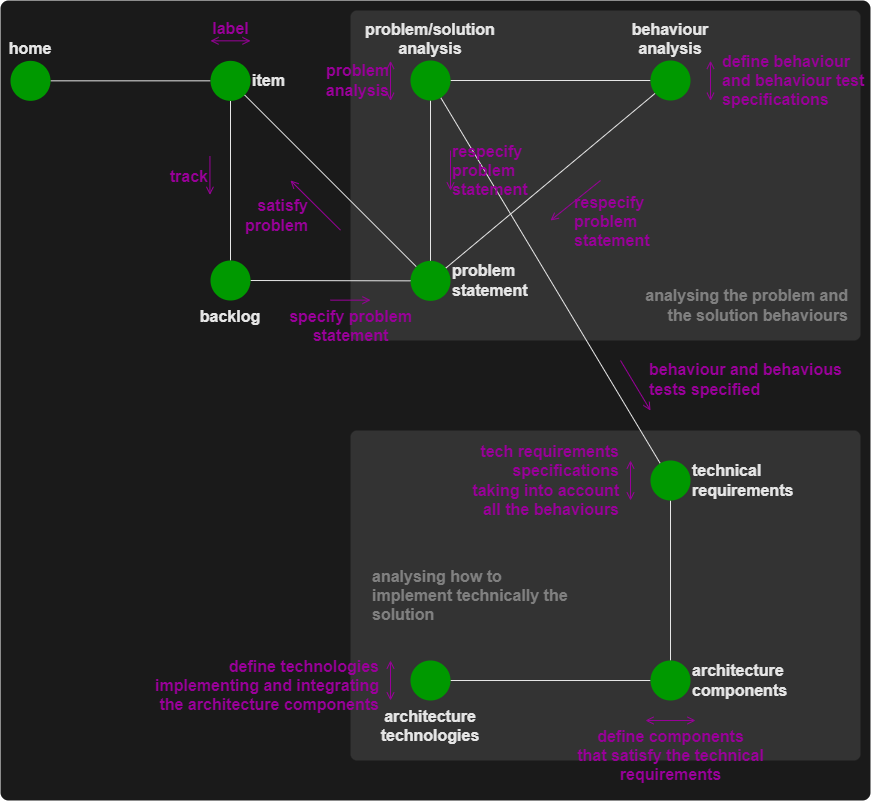
This is docs/_images/problem-analysis-flow.png from lifespline/agile, a draw.io export, as it was before one commit. Source tidied: cells renumbered, new cells last; positions are measured from the earlier drawing's top-left corner, leaving out a move shared by most shapes.
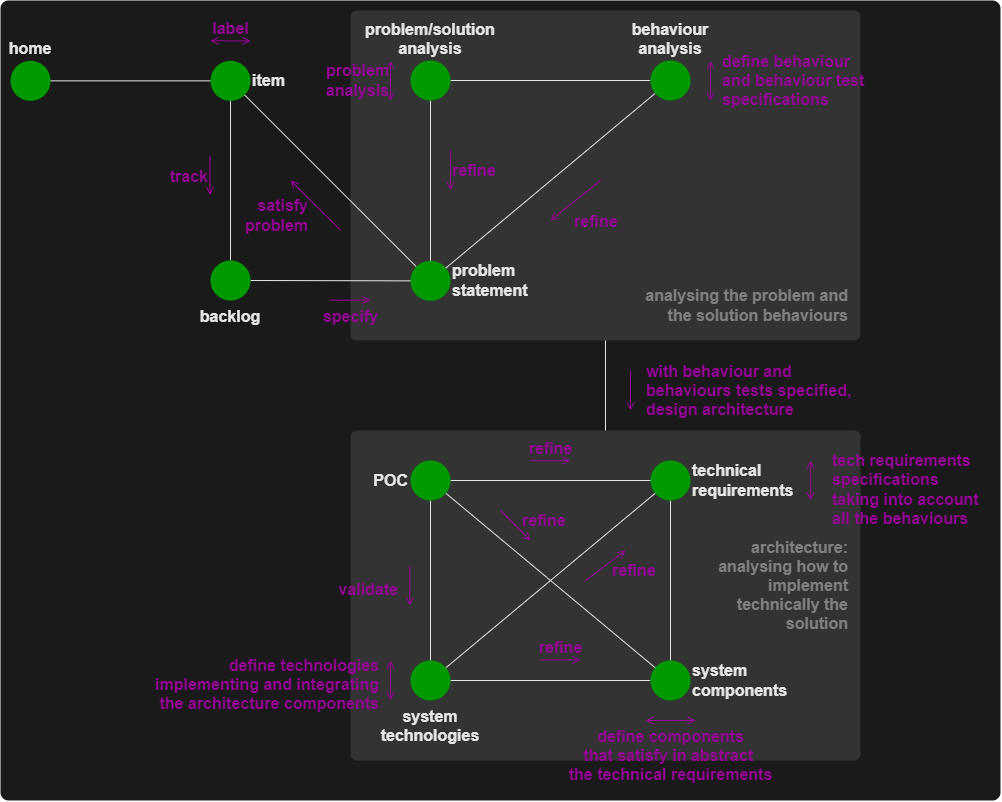
The same file after the commit.

Diff of the diagram source:
```diff
@@ -3,7 +3,7 @@
     <mxCell id="0" />
     <mxCell id="1" parent="0" />
     <mxCell id="2" style="rounded=1;whiteSpace=wrap;html=1;fontColor=#FFFF00;fillColor=#1A1A1A;strokeColor=none;arcSize=1;fontSize=16;fontStyle=1;" parent="1" vertex="1">
-      <mxGeometry width="870" height="800" as="geometry" />
+      <mxGeometry width="1000" height="800" as="geometry" />
     </mxCell>
     <mxCell id="3" style="rounded=1;whiteSpace=wrap;html=1;fontColor=#FFFF00;fillColor=#333333;strokeColor=none;arcSize=2;fontSize=16;fontStyle=1;" parent="1" vertex="1">
       <mxGeometry x="350" y="430" width="510" height="330" as="geometry" />
@@ -26,7 +26,7 @@
     <mxCell id="9" style="edgeStyle=none;html=1;endArrow=none;endFill=0;fontStyle=1;fontSize=16;strokeColor=#E6E6E6;" parent="1" edge="1" source="12" target="14">
       <mxGeometry relative="1" as="geometry" />
     </mxCell>
-    <mxCell id="10" style="edgeStyle=none;html=1;endArrow=none;endFill=0;fontStyle=1;fontSize=16;strokeColor=#E6E6E6;" parent="1" edge="1" source="14" target="18">
+    <mxCell id="10" style="edgeStyle=none;html=1;endArrow=none;endFill=0;fontStyle=1;fontSize=16;strokeColor=#E6E6E6;entryX=0.5;entryY=0;entryDx=0;entryDy=0;" parent="1" edge="1" source="4" target="3">
       <mxGeometry relative="1" as="geometry" />
     </mxCell>
     <mxCell id="11" style="edgeStyle=none;html=1;startArrow=none;startFill=0;endArrow=none;endFill=0;fontSize=16;fontStyle=1;strokeColor=#E6E6E6;" parent="1" edge="1" source="12" target="8">
@@ -68,7 +68,7 @@
     <mxCell id="21" value="analysing the problem and the solution behaviours" style="text;html=1;strokeColor=none;fillColor=none;align=right;verticalAlign=middle;whiteSpace=wrap;rounded=0;dashed=1;fontColor=#808080;rotation=0;fontSize=16;fontStyle=1;" parent="1" vertex="1">
       <mxGeometry x="640" y="280" width="210" height="50" as="geometry" />
     </mxCell>
-    <mxCell id="22" value="specify&amp;nbsp;problem&lt;br style=&quot;font-size: 16px;&quot;&gt;statement" style="endArrow=open;html=1;endFill=0;verticalAlign=top;labelBackgroundColor=none;fontColor=#990099;strokeColor=#990099;startArrow=none;startFill=0;labelPosition=center;verticalLabelPosition=bottom;align=center;fontStyle=1;fontSize=16;" parent="1" edge="1">
+    <mxCell id="22" value="specify" style="endArrow=open;html=1;endFill=0;verticalAlign=top;labelBackgroundColor=none;fontColor=#990099;strokeColor=#990099;startArrow=none;startFill=0;labelPosition=center;verticalLabelPosition=bottom;align=center;fontStyle=1;fontSize=16;" parent="1" edge="1">
       <mxGeometry relative="1" as="geometry">
         <mxPoint x="330" y="299.7" as="sourcePoint" />
         <mxPoint x="370" y="299.7" as="targetPoint" />
@@ -86,22 +86,22 @@
         <mxPoint x="710" y="100.3" as="targetPoint" />
       </mxGeometry>
     </mxCell>
-    <mxCell id="25" value="respecify&lt;br style=&quot;font-size: 16px;&quot;&gt;problem&amp;nbsp;&lt;br style=&quot;font-size: 16px;&quot;&gt;statement" style="endArrow=none;html=1;endFill=0;verticalAlign=middle;labelBackgroundColor=none;fontColor=#990099;strokeColor=#990099;labelPosition=right;verticalLabelPosition=middle;align=left;startArrow=open;startFill=0;fontStyle=1;fontSize=16;" parent="1" edge="1">
+    <mxCell id="25" value="refine" style="endArrow=none;html=1;endFill=0;verticalAlign=middle;labelBackgroundColor=none;fontColor=#990099;strokeColor=#990099;labelPosition=right;verticalLabelPosition=middle;align=left;startArrow=open;startFill=0;fontStyle=1;fontSize=16;" parent="1" edge="1">
       <mxGeometry relative="1" as="geometry">
         <mxPoint x="450" y="190" as="sourcePoint" />
         <mxPoint x="450" y="150" as="targetPoint" />
       </mxGeometry>
     </mxCell>
-    <mxCell id="26" value="respecify&lt;br style=&quot;font-size: 16px;&quot;&gt;problem&amp;nbsp;&lt;br style=&quot;font-size: 16px;&quot;&gt;statement" style="endArrow=none;html=1;endFill=0;verticalAlign=middle;labelBackgroundColor=none;fontColor=#990099;strokeColor=#990099;labelPosition=right;verticalLabelPosition=middle;align=left;startArrow=open;startFill=0;fontStyle=1;fontSize=16;" parent="1" edge="1">
+    <mxCell id="26" value="refine" style="endArrow=none;html=1;endFill=0;verticalAlign=middle;labelBackgroundColor=none;fontColor=#990099;strokeColor=#990099;labelPosition=right;verticalLabelPosition=middle;align=left;startArrow=open;startFill=0;fontStyle=1;fontSize=16;" parent="1" edge="1">
       <mxGeometry x="-0.5" y="-14" relative="1" as="geometry">
         <mxPoint x="550" y="220" as="sourcePoint" />
         <mxPoint x="600" y="180" as="targetPoint" />
       </mxGeometry>
     </mxCell>
-    <mxCell id="27" value="behaviour and behavious&lt;br style=&quot;font-size: 16px;&quot;&gt;tests specified" style="endArrow=none;html=1;endFill=0;verticalAlign=middle;labelBackgroundColor=none;fontColor=#990099;strokeColor=#990099;labelPosition=right;verticalLabelPosition=middle;align=left;startArrow=open;startFill=0;fontStyle=1;fontSize=16;" parent="1" edge="1">
+    <mxCell id="27" value="with behaviour and&lt;br&gt;behaviours&amp;nbsp;tests specified,&lt;br&gt;design&amp;nbsp;architecture" style="endArrow=none;html=1;endFill=0;verticalAlign=middle;labelBackgroundColor=none;fontColor=#990099;strokeColor=#990099;labelPosition=right;verticalLabelPosition=middle;align=left;startArrow=open;startFill=0;fontStyle=1;fontSize=16;" parent="1" edge="1">
       <mxGeometry y="-14" relative="1" as="geometry">
-        <mxPoint x="650" y="410" as="sourcePoint" />
-        <mxPoint x="620" y="360" as="targetPoint" />
+        <mxPoint x="630" y="410" as="sourcePoint" />
+        <mxPoint x="630" y="370" as="targetPoint" />
       </mxGeometry>
     </mxCell>
     <mxCell id="28" style="edgeStyle=none;html=1;endArrow=none;endFill=0;fontSize=16;fontStyle=1;strokeColor=#E6E6E6;" parent="1" edge="1" source="29" target="12">
@@ -116,25 +116,31 @@
         <mxPoint x="340" y="229.7" as="targetPoint" />
       </mxGeometry>
     </mxCell>
-    <mxCell id="31" value="tech requirements&lt;br&gt;specifications&lt;br&gt;taking into account&lt;br&gt;all the behaviours" style="endArrow=open;html=1;endFill=0;verticalAlign=middle;labelBackgroundColor=none;fontColor=#990099;strokeColor=#990099;fontStyle=1;labelPosition=left;verticalLabelPosition=middle;align=right;startArrow=open;startFill=0;fontSize=16;" parent="1" edge="1">
-      <mxGeometry y="-10" relative="1" as="geometry">
-        <mxPoint x="630" y="460" as="sourcePoint" />
-        <mxPoint x="630" y="500" as="targetPoint" />
+    <mxCell id="31" value="tech requirements&lt;br&gt;specifications&lt;br&gt;taking into account&lt;br&gt;all the behaviours" style="endArrow=open;html=1;endFill=0;verticalAlign=middle;labelBackgroundColor=none;fontColor=#990099;strokeColor=#990099;fontStyle=1;labelPosition=right;verticalLabelPosition=middle;align=left;startArrow=open;startFill=0;fontSize=16;" parent="1" edge="1">
+      <mxGeometry x="0.5" y="20" relative="1" as="geometry">
+        <mxPoint x="810" y="460" as="sourcePoint" />
+        <mxPoint x="810" y="500" as="targetPoint" />
       </mxGeometry>
     </mxCell>
     <mxCell id="32" style="edgeStyle=none;html=1;endArrow=none;endFill=0;strokeColor=#E6E6E6;" parent="1" edge="1" source="33" target="35">
       <mxGeometry relative="1" as="geometry" />
     </mxCell>
-    <mxCell id="33" value="&lt;span style=&quot;font-size: 16px&quot;&gt;architecture&lt;br&gt;components&lt;br style=&quot;font-size: 16px&quot;&gt;&lt;/span&gt;" style="ellipse;whiteSpace=wrap;html=1;strokeColor=none;fillColor=#009900;verticalAlign=middle;labelPosition=right;verticalLabelPosition=middle;align=left;fontSize=16;fontStyle=1;fontColor=#E6E6E6;" parent="1" vertex="1">
+    <mxCell id="33" value="&lt;span style=&quot;font-size: 16px&quot;&gt;system components&lt;br style=&quot;font-size: 16px&quot;&gt;&lt;/span&gt;" style="ellipse;whiteSpace=wrap;html=1;strokeColor=none;fillColor=#009900;verticalAlign=middle;labelPosition=right;verticalLabelPosition=middle;align=left;fontSize=16;fontStyle=1;fontColor=#E6E6E6;" parent="1" vertex="1">
       <mxGeometry x="650" y="660" width="40" height="40" as="geometry" />
     </mxCell>
-    <mxCell id="34" value="define components&lt;br&gt;that satisfy the technical&lt;br&gt;requirements" style="endArrow=open;html=1;endFill=0;verticalAlign=top;labelBackgroundColor=none;fontColor=#990099;strokeColor=#990099;fontStyle=1;labelPosition=left;verticalLabelPosition=middle;align=center;startArrow=open;startFill=0;fontSize=16;" parent="1" edge="1">
+    <mxCell id="34" value="define components&lt;br&gt;that satisfy in abstract &lt;br&gt;the technical&amp;nbsp;requirements" style="endArrow=open;html=1;endFill=0;verticalAlign=top;labelBackgroundColor=none;fontColor=#990099;strokeColor=#990099;fontStyle=1;labelPosition=left;verticalLabelPosition=middle;align=center;startArrow=open;startFill=0;fontSize=16;" parent="1" edge="1">
       <mxGeometry relative="1" as="geometry">
         <mxPoint x="695" y="720" as="sourcePoint" />
         <mxPoint x="645" y="720" as="targetPoint" />
       </mxGeometry>
     </mxCell>
+    <mxCell id="38" style="edgeStyle=none;html=1;endArrow=none;endFill=0;strokeColor=#E6E6E6;" parent="1" edge="1" source="35" target="18">
+      <mxGeometry relative="1" as="geometry" />
+    </mxCell>
+    <mxCell id="39" style="edgeStyle=none;html=1;endArrow=none;endFill=0;strokeColor=#E6E6E6;" parent="1" edge="1" source="35" target="44">
+      <mxGeometry relative="1" as="geometry" />
+    </mxCell>
-    <mxCell id="35" value="&lt;span style=&quot;font-size: 16px&quot;&gt;architecture&lt;br&gt;technologies&lt;br style=&quot;font-size: 16px&quot;&gt;&lt;/span&gt;" style="ellipse;whiteSpace=wrap;html=1;strokeColor=none;fillColor=#009900;verticalAlign=top;labelPosition=center;verticalLabelPosition=bottom;align=center;fontSize=16;fontStyle=1;fontColor=#E6E6E6;" parent="1" vertex="1">
+    <mxCell id="35" value="&lt;span style=&quot;font-size: 16px&quot;&gt;system technologies&lt;br style=&quot;font-size: 16px&quot;&gt;&lt;/span&gt;" style="ellipse;whiteSpace=wrap;html=1;strokeColor=none;fillColor=#009900;verticalAlign=top;labelPosition=center;verticalLabelPosition=bottom;align=center;fontSize=16;fontStyle=1;fontColor=#E6E6E6;" parent="1" vertex="1">
       <mxGeometry x="410" y="660" width="40" height="40" as="geometry" />
     </mxCell>
     <mxCell id="36" value="define technologies&lt;br&gt;implementing and integrating&lt;br&gt;the architecture components" style="endArrow=open;html=1;endFill=0;verticalAlign=middle;labelBackgroundColor=none;fontColor=#990099;strokeColor=#990099;fontStyle=1;labelPosition=left;verticalLabelPosition=middle;align=right;startArrow=open;startFill=0;fontSize=16;" parent="1" edge="1">
@@ -143,8 +149,47 @@
         <mxPoint x="390" y="660" as="targetPoint" />
       </mxGeometry>
     </mxCell>
-    <mxCell id="37" value="analysing how to implement technically the solution" style="text;html=1;strokeColor=none;fillColor=none;align=left;verticalAlign=middle;whiteSpace=wrap;rounded=0;dashed=1;fontColor=#808080;rotation=0;fontSize=16;fontStyle=1;" parent="1" vertex="1">
-      <mxGeometry x="370" y="570" width="210" height="50" as="geometry" />
+    <mxCell id="37" value="architecture:&lt;br&gt;analysing how to implement technically the solution" style="text;html=1;strokeColor=none;fillColor=none;align=right;verticalAlign=middle;whiteSpace=wrap;rounded=0;dashed=1;fontColor=#808080;rotation=0;fontSize=16;fontStyle=1;" parent="1" vertex="1">
+      <mxGeometry x="690" y="530" width="160" height="110" as="geometry" />
     </mxCell>
+    <mxCell id="40" value="refine" style="endArrow=open;html=1;endFill=0;verticalAlign=bottom;labelBackgroundColor=none;fontColor=#990099;strokeColor=#990099;startArrow=none;startFill=0;labelPosition=center;verticalLabelPosition=top;align=center;fontStyle=1;fontSize=16;" parent="1" edge="1">
+      <mxGeometry relative="1" as="geometry">
+        <mxPoint x="540" y="659.3" as="sourcePoint" />
+        <mxPoint x="580" y="659.3" as="targetPoint" />
+      </mxGeometry>
+    </mxCell>
+    <mxCell id="41" value="refine" style="endArrow=open;html=1;endFill=0;verticalAlign=middle;labelBackgroundColor=none;fontColor=#990099;strokeColor=#990099;startArrow=none;startFill=0;labelPosition=center;verticalLabelPosition=top;align=left;fontStyle=1;fontSize=16;" parent="1" edge="1">
+      <mxGeometry x="0.04" y="-7" relative="1" as="geometry">
+        <mxPoint x="585" y="580" as="sourcePoint" />
+        <mxPoint x="625" y="550" as="targetPoint" />
+      </mxGeometry>
+    </mxCell>
+    <mxCell id="42" style="edgeStyle=none;html=1;startArrow=none;startFill=0;endArrow=none;endFill=0;strokeColor=#E6E6E6;" parent="1" edge="1" source="44" target="18">
+      <mxGeometry relative="1" as="geometry" />
+    </mxCell>
+    <mxCell id="43" style="edgeStyle=none;html=1;startArrow=none;startFill=0;endArrow=none;endFill=0;strokeColor=#E6E6E6;" parent="1" edge="1" source="44" target="33">
+      <mxGeometry relative="1" as="geometry" />
+    </mxCell>
+    <mxCell id="44" value="&lt;span style=&quot;font-size: 16px&quot;&gt;POC&lt;br style=&quot;font-size: 16px&quot;&gt;&lt;/span&gt;" style="ellipse;whiteSpace=wrap;html=1;strokeColor=none;fillColor=#009900;verticalAlign=middle;labelPosition=left;verticalLabelPosition=middle;align=right;fontSize=16;fontStyle=1;fontColor=#E6E6E6;" parent="1" vertex="1">
+      <mxGeometry x="410" y="460" width="40" height="40" as="geometry" />
+    </mxCell>
+    <mxCell id="45" value="validate" style="endArrow=none;html=1;endFill=0;verticalAlign=middle;labelBackgroundColor=none;fontColor=#990099;strokeColor=#990099;fontStyle=1;labelPosition=left;verticalLabelPosition=middle;align=right;startArrow=open;startFill=0;fontSize=16;" parent="1" edge="1">
+      <mxGeometry x="-0.21" y="10" relative="1" as="geometry">
+        <mxPoint x="409.2" y="605" as="sourcePoint" />
+        <mxPoint x="409.2" y="565" as="targetPoint" />
+      </mxGeometry>
+    </mxCell>
+    <mxCell id="46" value="refine" style="endArrow=open;html=1;endFill=0;verticalAlign=bottom;labelBackgroundColor=none;fontColor=#990099;strokeColor=#990099;startArrow=none;startFill=0;labelPosition=center;verticalLabelPosition=top;align=center;fontStyle=1;fontSize=16;" parent="1" edge="1">
+      <mxGeometry relative="1" as="geometry">
+        <mxPoint x="530" y="460" as="sourcePoint" />
+        <mxPoint x="570" y="460" as="targetPoint" />
+      </mxGeometry>
+    </mxCell>
+    <mxCell id="47" value="refine" style="endArrow=open;html=1;endFill=0;verticalAlign=middle;labelBackgroundColor=none;fontColor=#990099;strokeColor=#990099;startArrow=none;startFill=0;labelPosition=center;verticalLabelPosition=top;align=left;fontStyle=1;fontSize=16;" parent="1" edge="1">
+      <mxGeometry y="7" relative="1" as="geometry">
+        <mxPoint x="500" y="510" as="sourcePoint" />
+        <mxPoint x="530" y="540" as="targetPoint" />
+      </mxGeometry>
+    </mxCell>
   </root>
 </mxGraphModel>
```
